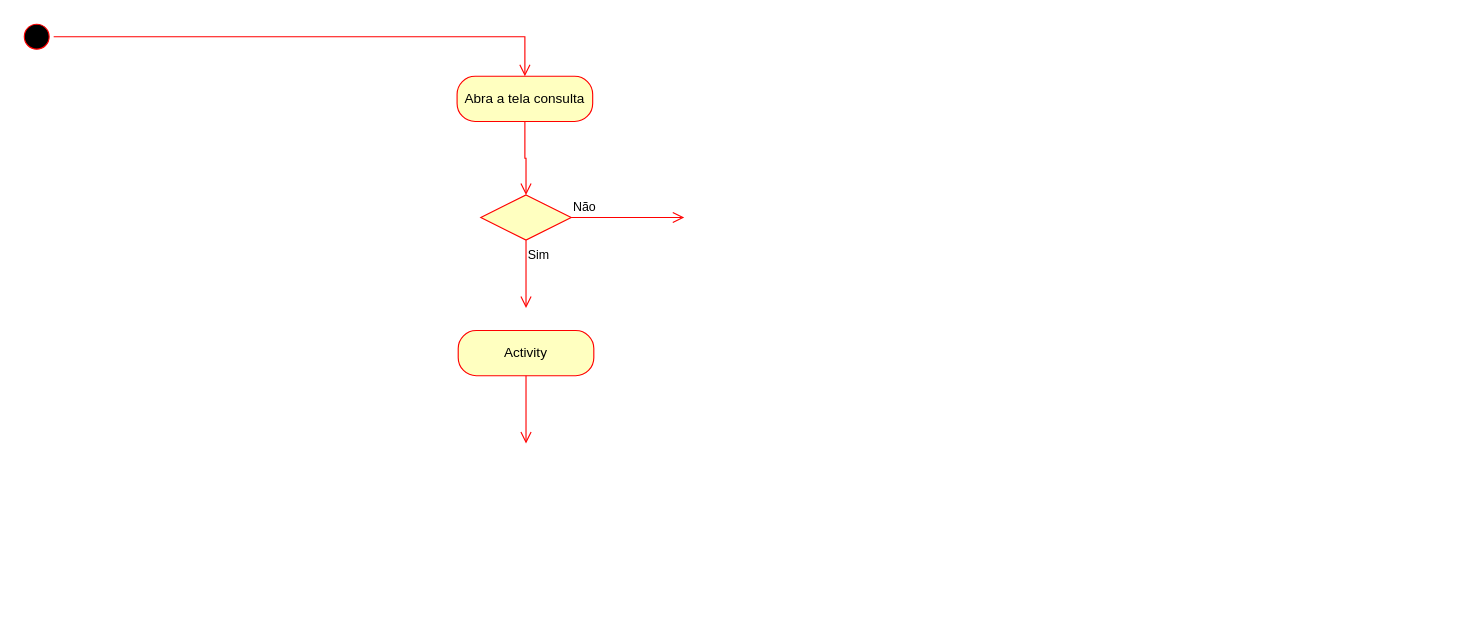
The draw.io diagram Diagrama_Atividades.drawio in RyanPadim/UML, before the edit. Source tidied: cells renumbered, new cells numbered last; positions are measured from the earlier drawing's top-left corner, leaving out a move shared by most shapes. Both pictures are drawn from the tidied source at 113%, with x=0, y=0 at pixel (19, 19).
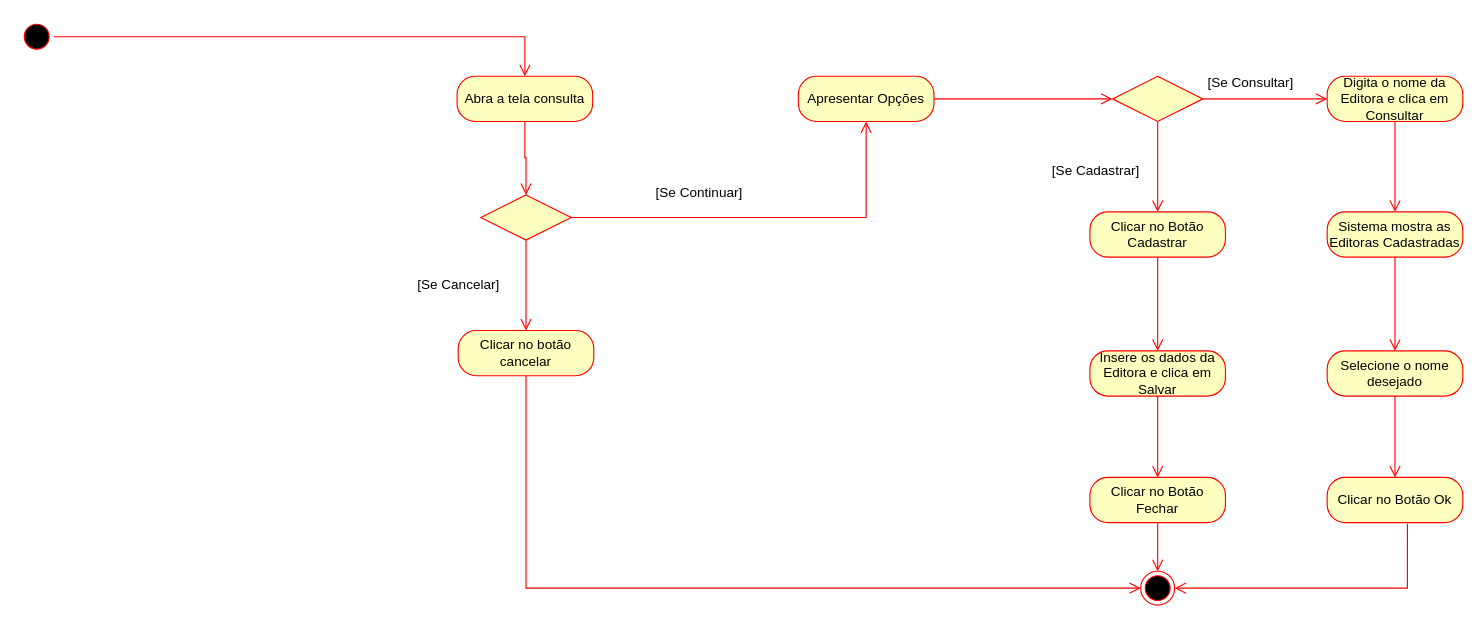
The same page after the edit.

The change refers to these unchanged cells:
```xml
<mxCell id="4" value="Abra a tela consulta" style="rounded=1;whiteSpace=wrap;html=1;arcSize=40;fontColor=#000000;fillColor=#ffffc0;strokeColor=#ff0000;" parent="1" vertex="1">
  <mxGeometry x="387" y="50" width="120" height="40" as="geometry" />
</mxCell>
<mxCell id="6" style="rhombus;whiteSpace=wrap;html=1;fillColor=#ffffc0;strokeColor=#ff0000;" parent="1" vertex="1">
  <mxGeometry x="408" y="155" width="80" height="40" as="geometry" />
</mxCell>
```

Change to the diagram source:
```diff
@@
     <mxCell id="5" style="edgeStyle=orthogonalEdgeStyle;html=1;verticalAlign=bottom;endArrow=open;endSize=8;strokeColor=#ff0000;rounded=0;entryX=0.5;entryY=0;entryDx=0;entryDy=0;" parent="1" edge="1" source="4" target="6">
-      <mxGeometry relative="1" as="geometry" />
+      <mxGeometry relative="1" as="geometry">
+        <Array as="points">
+          <mxPoint x="447" y="122" />
+          <mxPoint x="448" y="122" />
+        </Array>
+      </mxGeometry>
     </mxCell>
@@
-    <mxCell id="7" value="Não" style="edgeStyle=orthogonalEdgeStyle;html=1;align=left;verticalAlign=bottom;endArrow=open;endSize=8;strokeColor=#ff0000;rounded=0;" parent="1" edge="1" source="6">
-      <mxGeometry x="-1" relative="1" as="geometry">
-        <mxPoint x="588" y="175" as="targetPoint" />
-      </mxGeometry>
+    <mxCell id="7" style="edgeStyle=orthogonalEdgeStyle;html=1;align=left;verticalAlign=bottom;endArrow=open;endSize=8;strokeColor=#ff0000;rounded=0;entryX=0.5;entryY=1;entryDx=0;entryDy=0;" parent="1" edge="1" source="6" target="11">
+      <mxGeometry x="-1" relative="1" as="geometry" />
     </mxCell>
-    <mxCell id="8" value="Sim" style="edgeStyle=orthogonalEdgeStyle;html=1;align=left;verticalAlign=top;endArrow=open;endSize=8;strokeColor=#ff0000;rounded=0;" parent="1" edge="1" source="6">
+    <mxCell id="8" style="edgeStyle=orthogonalEdgeStyle;html=1;align=left;verticalAlign=top;endArrow=open;endSize=8;strokeColor=#ff0000;rounded=0;entryX=0.5;entryY=0;entryDx=0;entryDy=0;" parent="1" edge="1" source="6" target="9">
       <mxGeometry x="-1" relative="1" as="geometry">
-        <mxPoint x="448" y="255" as="targetPoint" />
+        <Array as="points">
+          <mxPoint x="448" y="258" />
+          <mxPoint x="448" y="258" />
+        </Array>
       </mxGeometry>
     </mxCell>
-    <mxCell id="9" value="Activity" style="rounded=1;whiteSpace=wrap;html=1;arcSize=40;fontColor=#000000;fillColor=#ffffc0;strokeColor=#ff0000;" parent="1" vertex="1">
+    <mxCell id="9" value="Clicar no botão cancelar" style="rounded=1;whiteSpace=wrap;html=1;arcSize=40;fontColor=#000000;fillColor=#ffffc0;strokeColor=#ff0000;" parent="1" vertex="1">
       <mxGeometry x="388" y="275" width="120" height="40" as="geometry" />
     </mxCell>
-    <mxCell id="10" style="edgeStyle=orthogonalEdgeStyle;html=1;verticalAlign=bottom;endArrow=open;endSize=8;strokeColor=#ff0000;rounded=0;" parent="1" edge="1" source="9">
-      <mxGeometry relative="1" as="geometry">
-        <mxPoint x="448" y="375" as="targetPoint" />
-      </mxGeometry>
-    </mxCell>
+    <mxCell id="11" value="Apresentar Opções" style="rounded=1;whiteSpace=wrap;html=1;arcSize=40;fontColor=#000000;fillColor=#ffffc0;strokeColor=#ff0000;" parent="1" vertex="1">
+      <mxGeometry x="689" y="50" width="120" height="40" as="geometry" />
+    </mxCell>
+    <mxCell id="12" value="[Se Cancelar]" style="text;html=1;align=center;verticalAlign=middle;strokeColor=none;fillColor=none;" parent="1" vertex="1">
+      <mxGeometry x="342" y="222" width="91" height="26" as="geometry" />
+    </mxCell>
+    <mxCell id="13" value="[Se Continuar]" style="text;html=1;align=center;verticalAlign=middle;strokeColor=none;fillColor=none;" parent="1" vertex="1">
+      <mxGeometry x="553" y="140" width="95" height="26" as="geometry" />
+    </mxCell>
+    <mxCell id="14" style="rhombus;whiteSpace=wrap;html=1;fillColor=#ffffc0;strokeColor=#ff0000;" parent="1" vertex="1">
+      <mxGeometry x="967" y="50" width="80" height="40" as="geometry" />
+    </mxCell>
+    <mxCell id="15" style="edgeStyle=orthogonalEdgeStyle;html=1;align=left;verticalAlign=top;endArrow=open;endSize=8;strokeColor=#ff0000;rounded=0;entryX=0;entryY=0.5;entryDx=0;entryDy=0;exitX=1;exitY=0.5;exitDx=0;exitDy=0;" parent="1" edge="1" source="11" target="14">
+      <mxGeometry x="-1" relative="1" as="geometry" />
+    </mxCell>
+    <mxCell id="16" value="Clicar no Botão Cadastrar" style="rounded=1;whiteSpace=wrap;html=1;arcSize=40;fontColor=#000000;fillColor=#ffffc0;strokeColor=#ff0000;" parent="1" vertex="1">
+      <mxGeometry x="947" y="170" width="120" height="40" as="geometry" />
+    </mxCell>
+    <mxCell id="17" style="edgeStyle=orthogonalEdgeStyle;html=1;verticalAlign=bottom;endArrow=open;endSize=8;strokeColor=#ff0000;rounded=0;entryX=0.5;entryY=0;entryDx=0;entryDy=0;" parent="1" edge="1" source="16" target="19">
+      <mxGeometry relative="1" as="geometry" />
+    </mxCell>
+    <mxCell id="18" style="edgeStyle=orthogonalEdgeStyle;html=1;align=left;verticalAlign=top;endArrow=open;endSize=8;strokeColor=#ff0000;rounded=0;entryX=0.5;entryY=0;entryDx=0;entryDy=0;exitX=0.5;exitY=1;exitDx=0;exitDy=0;" parent="1" edge="1" source="14" target="16">
+      <mxGeometry x="-1" relative="1" as="geometry" />
+    </mxCell>
+    <mxCell id="19" value="Insere os dados da Editora e clica em Salvar" style="rounded=1;whiteSpace=wrap;html=1;arcSize=40;fontColor=#000000;fillColor=#ffffc0;strokeColor=#ff0000;" parent="1" vertex="1">
+      <mxGeometry x="947" y="293" width="120" height="40" as="geometry" />
+    </mxCell>
+    <mxCell id="20" style="edgeStyle=orthogonalEdgeStyle;html=1;verticalAlign=bottom;endArrow=open;endSize=8;strokeColor=#ff0000;rounded=0;entryX=0.5;entryY=0;entryDx=0;entryDy=0;" parent="1" edge="1" source="19" target="21">
+      <mxGeometry relative="1" as="geometry" />
+    </mxCell>
+    <mxCell id="21" value="Clicar no Botão Fechar" style="rounded=1;whiteSpace=wrap;html=1;arcSize=40;fontColor=#000000;fillColor=#ffffc0;strokeColor=#ff0000;" parent="1" vertex="1">
+      <mxGeometry x="947" y="405" width="120" height="40" as="geometry" />
+    </mxCell>
+    <mxCell id="22" value="Digita o nome da Editora e clica em Consultar" style="rounded=1;whiteSpace=wrap;html=1;arcSize=40;fontColor=#000000;fillColor=#ffffc0;strokeColor=#ff0000;" parent="1" vertex="1">
+      <mxGeometry x="1157" y="50" width="120" height="40" as="geometry" />
+    </mxCell>
+    <mxCell id="23" style="edgeStyle=orthogonalEdgeStyle;html=1;align=left;verticalAlign=top;endArrow=open;endSize=8;strokeColor=#ff0000;rounded=0;exitX=1;exitY=0.5;exitDx=0;exitDy=0;entryX=0;entryY=0.5;entryDx=0;entryDy=0;" parent="1" edge="1" source="14" target="22">
+      <mxGeometry x="-1" relative="1" as="geometry" />
+    </mxCell>
+    <mxCell id="24" value="[Se Cadastrar]" style="text;html=1;align=center;verticalAlign=middle;strokeColor=none;fillColor=none;" parent="1" vertex="1">
+      <mxGeometry x="904" y="121" width="95" height="26" as="geometry" />
+    </mxCell>
+    <mxCell id="25" value="[Se Consultar]" style="text;html=1;align=center;verticalAlign=middle;strokeColor=none;fillColor=none;" parent="1" vertex="1">
+      <mxGeometry x="1042" y="43" width="94" height="26" as="geometry" />
+    </mxCell>
+    <mxCell id="26" value="Sistema mostra as Editoras Cadastradas" style="rounded=1;whiteSpace=wrap;html=1;arcSize=40;fontColor=#000000;fillColor=#ffffc0;strokeColor=#ff0000;" parent="1" vertex="1">
+      <mxGeometry x="1157" y="170" width="120" height="40" as="geometry" />
+    </mxCell>
+    <mxCell id="27" style="edgeStyle=orthogonalEdgeStyle;html=1;align=left;verticalAlign=top;endArrow=open;endSize=8;strokeColor=#ff0000;rounded=0;entryX=0.5;entryY=0;entryDx=0;entryDy=0;exitX=0.5;exitY=1;exitDx=0;exitDy=0;" parent="1" edge="1" source="22" target="26">
+      <mxGeometry x="-1" relative="1" as="geometry" />
+    </mxCell>
+    <mxCell id="28" value="Selecione o nome desejado" style="rounded=1;whiteSpace=wrap;html=1;arcSize=40;fontColor=#000000;fillColor=#ffffc0;strokeColor=#ff0000;" parent="1" vertex="1">
+      <mxGeometry x="1157" y="293" width="120" height="40" as="geometry" />
+    </mxCell>
+    <mxCell id="29" style="edgeStyle=orthogonalEdgeStyle;html=1;verticalAlign=bottom;endArrow=open;endSize=8;strokeColor=#ff0000;rounded=0;entryX=0.5;entryY=0;entryDx=0;entryDy=0;exitX=0.5;exitY=1;exitDx=0;exitDy=0;" parent="1" edge="1" source="26" target="28">
+      <mxGeometry relative="1" as="geometry" />
+    </mxCell>
+    <mxCell id="30" value="Clicar no Botão Ok" style="rounded=1;whiteSpace=wrap;html=1;arcSize=40;fontColor=#000000;fillColor=#ffffc0;strokeColor=#ff0000;" parent="1" vertex="1">
+      <mxGeometry x="1157" y="405" width="120" height="40" as="geometry" />
+    </mxCell>
+    <mxCell id="31" style="edgeStyle=orthogonalEdgeStyle;html=1;verticalAlign=bottom;endArrow=open;endSize=8;strokeColor=#ff0000;rounded=0;entryX=0.5;entryY=0;entryDx=0;entryDy=0;exitX=0.5;exitY=1;exitDx=0;exitDy=0;" parent="1" edge="1" source="28" target="30">
+      <mxGeometry relative="1" as="geometry" />
+    </mxCell>
+    <mxCell id="32" style="ellipse;html=1;shape=endState;fillColor=#000000;strokeColor=#ff0000;" parent="1" vertex="1">
+      <mxGeometry x="992" y="488" width="30" height="30" as="geometry" />
+    </mxCell>
+    <mxCell id="33" style="edgeStyle=orthogonalEdgeStyle;html=1;verticalAlign=bottom;endArrow=open;endSize=8;strokeColor=#ff0000;rounded=0;entryX=0.5;entryY=0;entryDx=0;entryDy=0;exitX=0.5;exitY=1;exitDx=0;exitDy=0;" parent="1" edge="1" source="21" target="32">
+      <mxGeometry relative="1" as="geometry" />
+    </mxCell>
+    <mxCell id="34" style="edgeStyle=orthogonalEdgeStyle;html=1;verticalAlign=bottom;endArrow=open;endSize=8;strokeColor=#ff0000;rounded=0;exitX=0.592;exitY=1.025;exitDx=0;exitDy=0;entryX=1;entryY=0.5;entryDx=0;entryDy=0;exitPerimeter=0;" parent="1" edge="1" source="30" target="32">
+      <mxGeometry relative="1" as="geometry" />
+    </mxCell>
+    <mxCell id="35" style="edgeStyle=orthogonalEdgeStyle;html=1;verticalAlign=bottom;endArrow=open;endSize=8;strokeColor=#ff0000;rounded=0;entryX=0;entryY=0.5;entryDx=0;entryDy=0;exitX=0.5;exitY=1;exitDx=0;exitDy=0;" parent="1" edge="1" source="9" target="32">
+      <mxGeometry relative="1" as="geometry" />
+    </mxCell>
```
